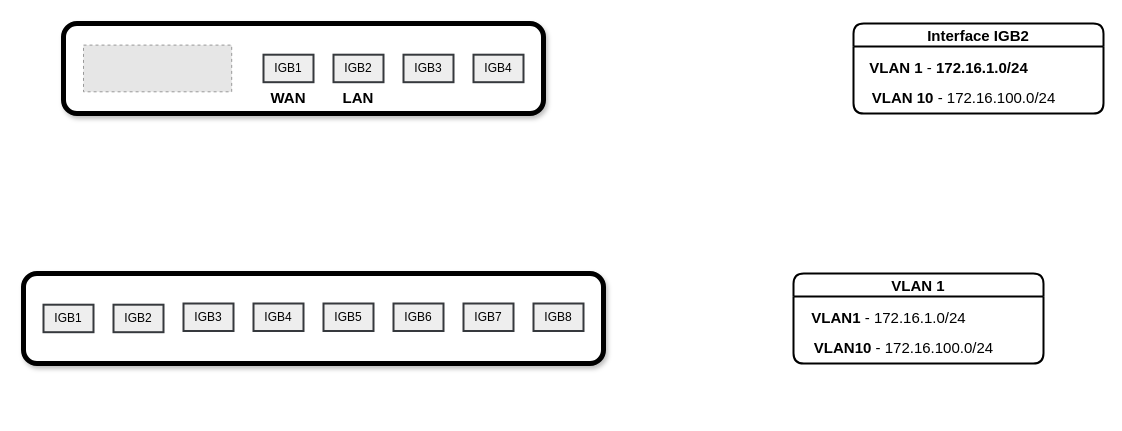
Before: Untitled Diagram.drawio in tankibaj/draw.io, a draw.io diagram. Source tidied: cells renumbered, new cells numbered last; positions are measured from the earlier drawing's top-left corner, leaving out a move shared by most shapes. Both pictures are drawn from the tidied source at 100%, with x=0, y=0 at pixel (23, 23). Pictures stored in the file or linked from it are replaced by grey dashed boxes.
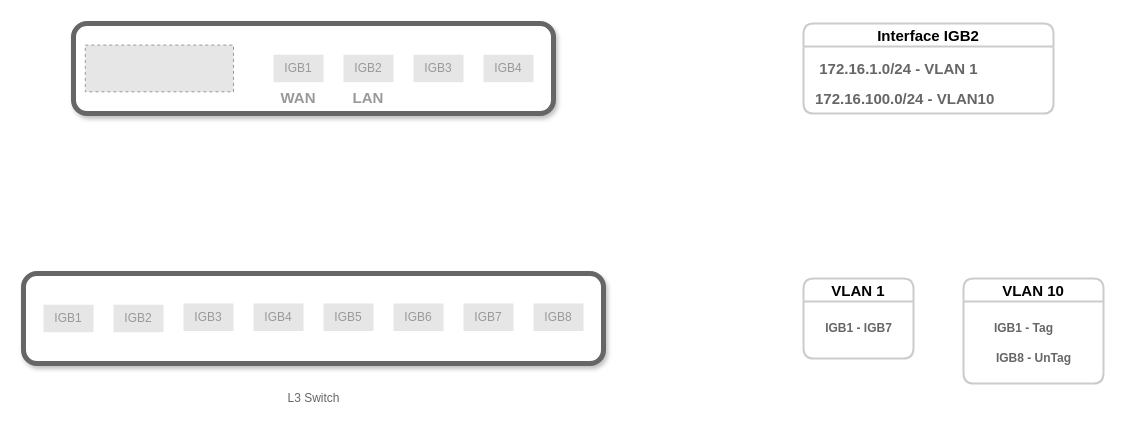
The same diagram, later.

The change refers to these unchanged cells:
```xml
<mxCell id="11" style="group;" parent="1" vertex="1">
  <mxGeometry y="250" width="580" height="90" as="geometry" />
</mxCell>
```

What changed in the source:
```diff
@@
-    <mxCell id="2" style="group;" parent="1" vertex="1">
-      <mxGeometry x="40" width="480" height="90" as="geometry" />
-    </mxCell>
+    <mxCell id="21" value="Interface IGB2" style="swimlane;rounded=1;shadow=0;glass=0;sketch=0;strokeWidth=2;fontSize=15;fillColor=default;gradientColor=none;strokeColor=#CCCCCC;labelBackgroundColor=none;swimlaneLine=1;whiteSpace=wrap;labelBorderColor=none;" parent="1" vertex="1">
+      <mxGeometry x="780" width="250" height="90" as="geometry" />
+    </mxCell>
+    <mxCell id="22" value="&lt;div style=&quot;&quot;&gt;&lt;b style=&quot;font-size: 15px;&quot;&gt;&lt;font color=&quot;#666666&quot;&gt;172.16.1.0/24 - VLAN 1&lt;/font&gt;&lt;/b&gt;&lt;/div&gt;" style="text;html=1;align=center;verticalAlign=middle;strokeColor=none;fillColor=none;fontSize=15;" parent="21" vertex="1">
+      <mxGeometry y="30" width="190" height="30" as="geometry" />
+    </mxCell>
+    <mxCell id="23" value="&lt;b&gt;&lt;font color=&quot;#666666&quot;&gt;172.16.100.0/24 - VLAN10&lt;/font&gt;&lt;/b&gt;" style="text;html=1;align=left;verticalAlign=middle;strokeColor=none;fillColor=none;fontSize=15;" parent="21" vertex="1">
+      <mxGeometry x="10" y="60" width="210" height="30" as="geometry" />
+    </mxCell>
+    <mxCell id="24" value="VLAN 1" style="swimlane;rounded=1;shadow=0;glass=0;sketch=0;strokeWidth=2;fontSize=15;fillColor=default;gradientColor=none;strokeColor=#CCCCCC;whiteSpace=wrap;labelBorderColor=none;labelBackgroundColor=none;" parent="1" vertex="1">
+      <mxGeometry x="780" y="255" width="110" height="80" as="geometry" />
+    </mxCell>
+    <mxCell id="27" value="&lt;b&gt;&lt;font color=&quot;#666666&quot;&gt;IGB1 - IGB7&lt;/font&gt;&lt;/b&gt;" style="text;html=1;align=center;verticalAlign=middle;strokeColor=none;fillColor=none;fontColor=#808080;" parent="24" vertex="1">
+      <mxGeometry y="35" width="110" height="30" as="geometry" />
+    </mxCell>
+    <mxCell id="28" value="VLAN 10" style="swimlane;rounded=1;shadow=0;glass=0;sketch=0;strokeWidth=2;fontSize=15;fillColor=default;gradientColor=none;strokeColor=#CCCCCC;whiteSpace=wrap;" parent="1" vertex="1">
+      <mxGeometry x="940" y="255" width="140" height="105" as="geometry" />
+    </mxCell>
+    <mxCell id="29" value="&lt;span style=&quot;caret-color: rgb(0, 0, 0);&quot;&gt;&lt;b&gt;&lt;font color=&quot;#666666&quot;&gt;IGB1 - Tag&lt;/font&gt;&lt;/b&gt;&lt;/span&gt;" style="text;html=1;align=center;verticalAlign=middle;strokeColor=none;fillColor=none;fontColor=#808080;" parent="28" vertex="1">
+      <mxGeometry x="10" y="35" width="100" height="30" as="geometry" />
+    </mxCell>
+    <mxCell id="30" value="&lt;span style=&quot;caret-color: rgb(0, 0, 0);&quot;&gt;&lt;b&gt;&lt;font color=&quot;#666666&quot;&gt;IGB8 - UnTag&lt;/font&gt;&lt;/b&gt;&lt;/span&gt;" style="text;html=1;align=center;verticalAlign=middle;strokeColor=none;fillColor=none;fontColor=#808080;" parent="28" vertex="1">
+      <mxGeometry x="10" y="65" width="120" height="30" as="geometry" />
+    </mxCell>
+    <mxCell id="31" style="group;" parent="1" vertex="1">
+      <mxGeometry x="50" width="480" height="170" as="geometry" />
+    </mxCell>
-    <mxCell id="3" style="rounded=1;whiteSpace=wrap;html=1;glass=0;shadow=1;strokeWidth=5;sketch=0;" parent="2" vertex="1">
+    <mxCell id="3" style="rounded=1;whiteSpace=wrap;html=1;glass=0;shadow=1;strokeWidth=5;sketch=0;gradientColor=none;gradientDirection=radial;strokeColor=#666666;" parent="31" vertex="1">
       <mxGeometry width="480" height="90" as="geometry" />
     </mxCell>
-    <mxCell id="4" value="IGB2" style="rounded=0;whiteSpace=wrap;html=1;shadow=0;glass=0;sketch=0;strokeWidth=2;fillColor=#eeeeee;strokeColor=#36393d;" parent="2" vertex="1">
+    <mxCell id="4" value="&lt;font color=&quot;#999999&quot;&gt;IGB2&lt;/font&gt;" style="rounded=0;whiteSpace=wrap;html=1;shadow=0;glass=0;sketch=0;strokeWidth=2;fillColor=#E6E6E6;strokeColor=none;" parent="31" vertex="1">
       <mxGeometry x="270" y="31.2" width="50" height="27.5" as="geometry" />
     </mxCell>
-    <mxCell id="5" value="IGB3" style="rounded=0;whiteSpace=wrap;html=1;shadow=0;glass=0;sketch=0;strokeWidth=2;fillColor=#eeeeee;strokeColor=#36393d;" parent="2" vertex="1">
+    <mxCell id="5" value="&lt;font color=&quot;#999999&quot;&gt;IGB3&lt;/font&gt;" style="rounded=0;whiteSpace=wrap;html=1;shadow=0;glass=0;sketch=0;strokeWidth=2;fillColor=#E6E6E6;strokeColor=none;" parent="31" vertex="1">
       <mxGeometry x="340" y="31.2" width="50" height="27.5" as="geometry" />
     </mxCell>
-    <mxCell id="6" value="IGB4" style="rounded=0;whiteSpace=wrap;html=1;shadow=0;glass=0;sketch=0;strokeWidth=2;fillColor=#eeeeee;strokeColor=#36393d;" parent="2" vertex="1">
+    <mxCell id="6" value="&lt;font color=&quot;#999999&quot;&gt;IGB4&lt;/font&gt;" style="rounded=0;whiteSpace=wrap;html=1;shadow=0;glass=0;sketch=0;strokeWidth=2;fillColor=#E6E6E6;strokeColor=none;" parent="31" vertex="1">
       <mxGeometry x="410" y="31.2" width="50" height="27.5" as="geometry" />
     </mxCell>
-    <mxCell id="7" value="IGB1" style="rounded=0;whiteSpace=wrap;html=1;shadow=0;glass=0;sketch=0;strokeWidth=2;fillColor=#eeeeee;strokeColor=#36393d;" parent="2" vertex="1">
+    <mxCell id="7" value="&lt;font color=&quot;#999999&quot;&gt;IGB1&lt;/font&gt;" style="rounded=0;whiteSpace=wrap;html=1;shadow=0;glass=0;sketch=0;strokeWidth=2;fillColor=#E6E6E6;strokeColor=none;" parent="31" vertex="1">
       <mxGeometry x="200" y="31.2" width="50" height="27.5" as="geometry" />
     </mxCell>
-    <mxCell id="8" value="&lt;b&gt;WAN&lt;/b&gt;" style="text;html=1;strokeColor=none;fillColor=none;align=center;verticalAlign=middle;whiteSpace=wrap;rounded=0;shadow=0;glass=0;sketch=0;strokeWidth=2;fontSize=15;" parent="2" vertex="1">
+    <mxCell id="8" value="&lt;b&gt;&lt;font color=&quot;#999999&quot;&gt;WAN&lt;/font&gt;&lt;/b&gt;" style="text;html=1;strokeColor=none;fillColor=none;align=center;verticalAlign=middle;whiteSpace=wrap;rounded=0;shadow=0;glass=0;sketch=0;strokeWidth=2;fontSize=15;" parent="31" vertex="1">
       <mxGeometry x="195" y="58.8" width="60" height="30" as="geometry" />
     </mxCell>
-    <mxCell id="9" value="&lt;b&gt;LAN&lt;/b&gt;" style="text;html=1;strokeColor=none;fillColor=none;align=center;verticalAlign=middle;whiteSpace=wrap;rounded=0;shadow=0;glass=0;sketch=0;strokeWidth=2;fontSize=15;" parent="2" vertex="1">
+    <mxCell id="9" value="&lt;b&gt;&lt;font color=&quot;#999999&quot;&gt;LAN&lt;/font&gt;&lt;/b&gt;" style="text;html=1;strokeColor=none;fillColor=none;align=center;verticalAlign=middle;whiteSpace=wrap;rounded=0;shadow=0;glass=0;sketch=0;strokeWidth=2;fontSize=15;" parent="31" vertex="1">
       <mxGeometry x="265" y="58.8" width="60" height="30" as="geometry" />
     </mxCell>
-    <mxCell id="10" style="fillColor=#E6E6E6;strokeColor=#999999;dashed=1;verticalLabelPosition=bottom;labelBackgroundColor=default;verticalAlign=top;" parent="2" vertex="1">
-      <mxGeometry x="20" y="21.6" width="148.2" height="46.7" as="geometry" />
+    <mxCell id="10" style="fillColor=#E6E6E6;strokeColor=#999999;dashed=1;verticalLabelPosition=bottom;labelBackgroundColor=default;verticalAlign=top;" parent="31" vertex="1">
+      <mxGeometry x="11.8" y="21.6" width="148.2" height="46.7" as="geometry" />
     </mxCell>
@@
-    <mxCell id="12" style="rounded=1;whiteSpace=wrap;html=1;glass=0;shadow=1;strokeWidth=5;sketch=0;" parent="11" vertex="1">
+    <mxCell id="12" style="rounded=1;whiteSpace=wrap;html=1;glass=0;shadow=1;strokeWidth=5;sketch=0;strokeColor=#666666;" parent="11" vertex="1">
       <mxGeometry width="580" height="90" as="geometry" />
     </mxCell>
-    <mxCell id="13" value="IGB1" style="rounded=0;whiteSpace=wrap;html=1;shadow=0;glass=0;sketch=0;strokeWidth=2;fillColor=#eeeeee;strokeColor=#36393d;" parent="11" vertex="1">
+    <mxCell id="13" value="&lt;font color=&quot;#999999&quot;&gt;IGB1&lt;/font&gt;" style="rounded=0;whiteSpace=wrap;html=1;shadow=0;glass=0;sketch=0;strokeWidth=2;fillColor=#E6E6E6;strokeColor=none;" parent="11" vertex="1">
       <mxGeometry x="20" y="31.2" width="50" height="27.5" as="geometry" />
     </mxCell>
-    <mxCell id="14" value="IGB2" style="rounded=0;whiteSpace=wrap;html=1;shadow=0;glass=0;sketch=0;strokeWidth=2;fillColor=#eeeeee;strokeColor=#36393d;" parent="11" vertex="1">
+    <mxCell id="14" value="&lt;font color=&quot;#999999&quot;&gt;IGB2&lt;/font&gt;" style="rounded=0;whiteSpace=wrap;html=1;shadow=0;glass=0;sketch=0;strokeWidth=2;fillColor=#E6E6E6;strokeColor=none;" parent="11" vertex="1">
       <mxGeometry x="90" y="31.2" width="50" height="27.5" as="geometry" />
     </mxCell>
-    <mxCell id="15" value="IGB3" style="rounded=0;whiteSpace=wrap;html=1;shadow=0;glass=0;sketch=0;strokeWidth=2;fillColor=#eeeeee;strokeColor=#36393d;" parent="11" vertex="1">
+    <mxCell id="15" value="&lt;font color=&quot;#999999&quot;&gt;IGB3&lt;/font&gt;" style="rounded=0;whiteSpace=wrap;html=1;shadow=0;glass=0;sketch=0;strokeWidth=2;fillColor=#E6E6E6;strokeColor=none;" parent="11" vertex="1">
       <mxGeometry x="160" y="30" width="50" height="27.5" as="geometry" />
     </mxCell>
-    <mxCell id="16" value="IGB4" style="rounded=0;whiteSpace=wrap;html=1;shadow=0;glass=0;sketch=0;strokeWidth=2;fillColor=#eeeeee;strokeColor=#36393d;" parent="11" vertex="1">
+    <mxCell id="16" value="&lt;font color=&quot;#999999&quot;&gt;IGB4&lt;/font&gt;" style="rounded=0;whiteSpace=wrap;html=1;shadow=0;glass=0;sketch=0;strokeWidth=2;fillColor=#E6E6E6;strokeColor=none;" parent="11" vertex="1">
       <mxGeometry x="230" y="30" width="50" height="27.5" as="geometry" />
     </mxCell>
-    <mxCell id="17" value="IGB5" style="rounded=0;whiteSpace=wrap;html=1;shadow=0;glass=0;sketch=0;strokeWidth=2;fillColor=#eeeeee;strokeColor=#36393d;" parent="11" vertex="1">
+    <mxCell id="17" value="&lt;font color=&quot;#999999&quot;&gt;IGB5&lt;/font&gt;" style="rounded=0;whiteSpace=wrap;html=1;shadow=0;glass=0;sketch=0;strokeWidth=2;fillColor=#E6E6E6;strokeColor=none;" parent="11" vertex="1">
       <mxGeometry x="300" y="30" width="50" height="27.5" as="geometry" />
     </mxCell>
-    <mxCell id="18" value="IGB6" style="rounded=0;whiteSpace=wrap;html=1;shadow=0;glass=0;sketch=0;strokeWidth=2;fillColor=#eeeeee;strokeColor=#36393d;" parent="11" vertex="1">
+    <mxCell id="18" value="&lt;font color=&quot;#999999&quot;&gt;IGB6&lt;/font&gt;" style="rounded=0;whiteSpace=wrap;html=1;shadow=0;glass=0;sketch=0;strokeWidth=2;fillColor=#E6E6E6;strokeColor=none;" parent="11" vertex="1">
       <mxGeometry x="370" y="30" width="50" height="27.5" as="geometry" />
     </mxCell>
-    <mxCell id="19" value="IGB7" style="rounded=0;whiteSpace=wrap;html=1;shadow=0;glass=0;sketch=0;strokeWidth=2;fillColor=#eeeeee;strokeColor=#36393d;" parent="11" vertex="1">
+    <mxCell id="19" value="&lt;font color=&quot;#999999&quot;&gt;IGB7&lt;/font&gt;" style="rounded=0;whiteSpace=wrap;html=1;shadow=0;glass=0;sketch=0;strokeWidth=2;fillColor=#E6E6E6;strokeColor=none;" parent="11" vertex="1">
       <mxGeometry x="440" y="30" width="50" height="27.5" as="geometry" />
     </mxCell>
-    <mxCell id="20" value="IGB8" style="rounded=0;whiteSpace=wrap;html=1;shadow=0;glass=0;sketch=0;strokeWidth=2;fillColor=#eeeeee;strokeColor=#36393d;" parent="11" vertex="1">
+    <mxCell id="20" value="&lt;font color=&quot;#999999&quot;&gt;IGB8&lt;/font&gt;" style="rounded=0;whiteSpace=wrap;html=1;shadow=0;glass=0;sketch=0;strokeWidth=2;fillColor=#E6E6E6;strokeColor=none;" parent="11" vertex="1">
       <mxGeometry x="510" y="30" width="50" height="27.5" as="geometry" />
     </mxCell>
-    <mxCell id="21" value="Interface IGB2" style="swimlane;rounded=1;shadow=0;glass=0;sketch=0;strokeWidth=2;fontSize=15;fillColor=default;gradientColor=none;" parent="1" vertex="1">
-      <mxGeometry x="830" width="250" height="90" as="geometry" />
-    </mxCell>
-    <mxCell id="22" value="&lt;b&gt;VLAN 1&lt;/b&gt; - &lt;b&gt;172.16.1.0/24&lt;/b&gt;" style="text;html=1;align=center;verticalAlign=middle;strokeColor=none;fillColor=none;fontSize=15;" parent="21" vertex="1">
-      <mxGeometry y="28.8" width="190" height="30" as="geometry" />
-    </mxCell>
-    <mxCell id="23" value="&lt;b&gt;VLAN 10&lt;/b&gt; - 172.16.100.0/24" style="text;html=1;align=center;verticalAlign=middle;strokeColor=none;fillColor=none;fontSize=15;" parent="21" vertex="1">
-      <mxGeometry y="58.8" width="220" height="30" as="geometry" />
-    </mxCell>
-    <mxCell id="24" value="VLAN 1" style="swimlane;rounded=1;shadow=0;glass=0;sketch=0;strokeWidth=2;fontSize=15;fillColor=default;gradientColor=none;" parent="1" vertex="1">
-      <mxGeometry x="770" y="250" width="250" height="90" as="geometry" />
-    </mxCell>
-    <mxCell id="25" value="&lt;b&gt;VLAN1&lt;/b&gt; - 172.16.1.0/24" style="text;html=1;align=center;verticalAlign=middle;strokeColor=none;fillColor=none;fontSize=15;" parent="24" vertex="1">
-      <mxGeometry y="28.8" width="190" height="30" as="geometry" />
-    </mxCell>
-    <mxCell id="26" value="&lt;b&gt;VLAN10&lt;/b&gt; - 172.16.100.0/24" style="text;html=1;align=center;verticalAlign=middle;strokeColor=none;fillColor=none;fontSize=15;" parent="24" vertex="1">
-      <mxGeometry x="5" y="58.8" width="210" height="30" as="geometry" />
-    </mxCell>
+    <mxCell id="32" value="L3 Switch" style="text;html=1;align=center;verticalAlign=middle;strokeColor=none;fillColor=none;fontColor=#666666;" parent="1" vertex="1">
+      <mxGeometry x="245" y="360" width="90" height="30" as="geometry" />
+    </mxCell>
```
